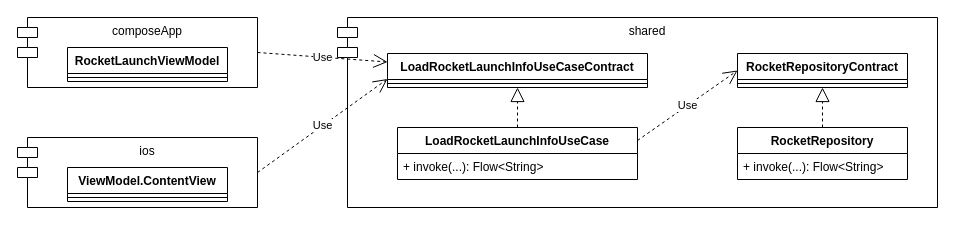
seabat/kmp-tutorial keeps this draw.io diagram as page "if_usecase" (2 of 3) of KmpTutorial/docs/kmp_tutorial.drawio. Above is the earlier version. Source tidied: cells renumbered, new cells numbered last; positions are measured from the earlier drawing's top-left corner, leaving out a move shared by most shapes. Both pictures are drawn from the tidied source at 100%, with x=0, y=0 at pixel (17, 17).
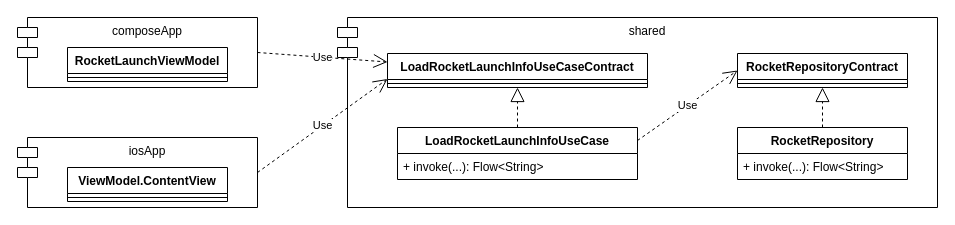
The same diagram, later.

Change to the diagram source:
```diff
@@
-    <mxCell id="4" value="ios" style="shape=module;align=left;spacingLeft=20;align=center;verticalAlign=top;whiteSpace=wrap;html=1;" parent="1" vertex="1">
+    <mxCell id="4" value="iosApp" style="shape=module;align=left;spacingLeft=20;align=center;verticalAlign=top;whiteSpace=wrap;html=1;" parent="1" vertex="1">
       <mxGeometry y="120" width="240" height="70" as="geometry" />
     </mxCell>
```
